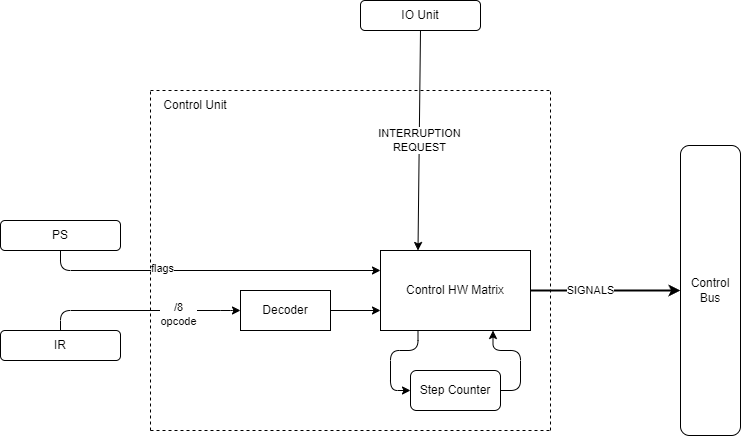
This is docs/control-unit.png from artem961/csa-lab-4, a draw.io export, as it was before one commit. Source tidied: cells renumbered, new cells last; positions are measured from the earlier drawing's top-left corner, leaving out a move shared by most shapes.
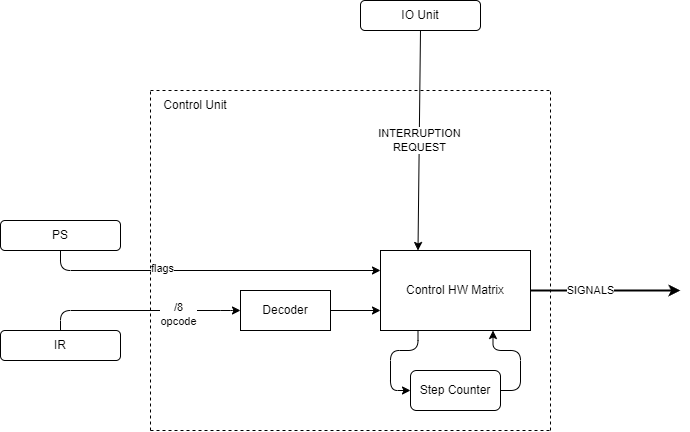
After the commit.

Diff of the diagram source:
```diff
@@ -8,8 +8,9 @@
     <mxCell id="3" style="edgeStyle=orthogonalEdgeStyle;rounded=1;jettySize=auto;html=1;entryX=0;entryY=0.5;entryDx=0;entryDy=0;exitX=0.25;exitY=1;exitDx=0;exitDy=0;curved=0;" parent="1" edge="1" source="6" target="19">
       <mxGeometry relative="1" as="geometry" />
     </mxCell>
-    <mxCell id="4" style="edgeStyle=orthogonalEdgeStyle;rounded=0;jettySize=auto;html=1;entryX=0;entryY=0.5;entryDx=0;entryDy=0;strokeWidth=2;exitX=1;exitY=0.5;exitDx=0;exitDy=0;" parent="1" edge="1" source="6" target="14">
+    <mxCell id="4" style="edgeStyle=orthogonalEdgeStyle;rounded=0;jettySize=auto;html=1;entryX=0;entryY=0.5;entryDx=0;entryDy=0;strokeWidth=2;exitX=1;exitY=0.5;exitDx=0;exitDy=0;" parent="1" edge="1" source="6">
       <mxGeometry relative="1" as="geometry">
+        <mxPoint x="680" y="290" as="targetPoint" />
         <Array as="points">
           <mxPoint x="680" y="290" />
           <mxPoint x="680" y="290" />
@@ -60,9 +61,6 @@
     <mxCell id="13" value="IR" style="rounded=1;whiteSpace=wrap;html=1;" parent="1" vertex="1">
       <mxGeometry y="330" width="120" height="30" as="geometry" />
     </mxCell>
-    <mxCell id="14" value="Control Bus" style="rounded=1;whiteSpace=wrap;html=1;" parent="1" vertex="1">
-      <mxGeometry x="680" y="145" width="60" height="290" as="geometry" />
-    </mxCell>
     <mxCell id="15" style="edgeStyle=orthogonalEdgeStyle;rounded=1;jettySize=auto;html=1;entryX=0;entryY=0.25;entryDx=0;entryDy=0;curved=0;exitX=0.5;exitY=1;exitDx=0;exitDy=0;" parent="1" edge="1" source="17" target="6">
       <mxGeometry relative="1" as="geometry" />
     </mxCell>
```
